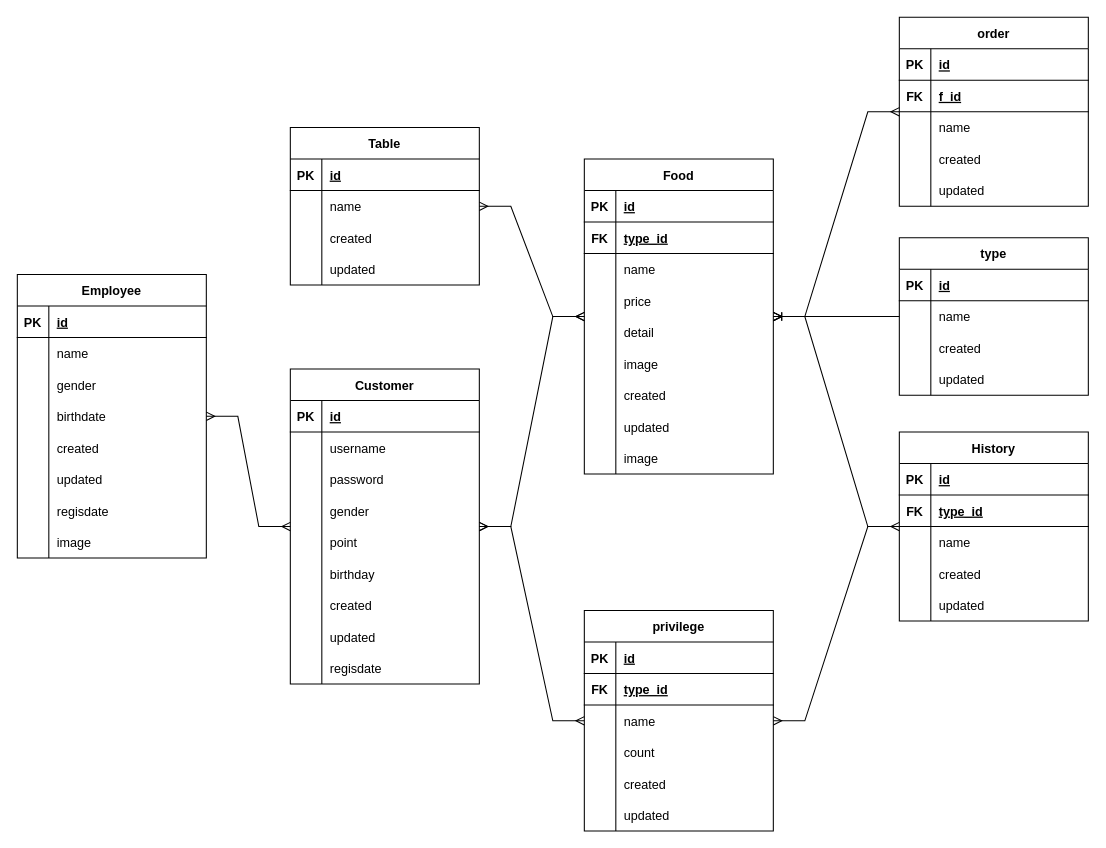
This is src/Database-design.drawio from bomtawep/bom-order-nodejs, a draw.io file, before an edit. Source tidied: cells renumbered, new cells numbered last; positions are measured from the earlier drawing's top-left corner, leaving out a move shared by most shapes. Both pictures are drawn from the tidied source at 105%, with x=0, y=0 at pixel (17, 17).
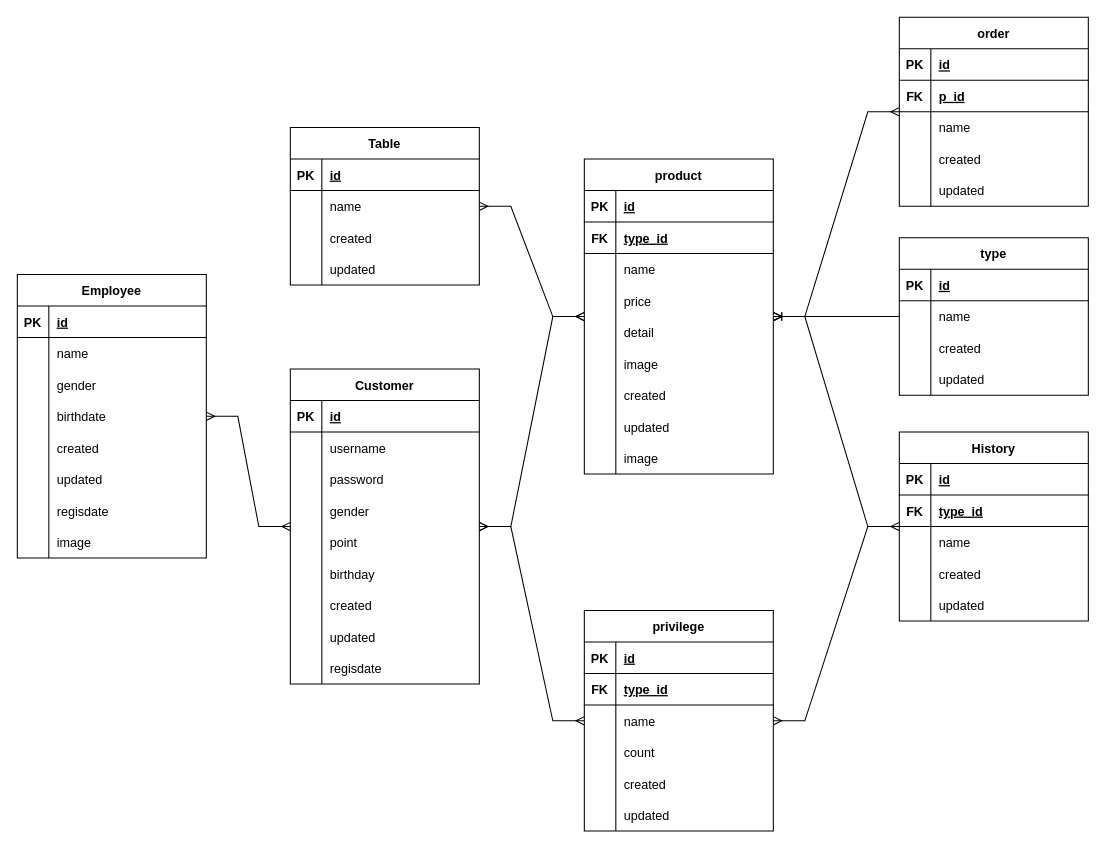
The same diagram, later.

Unchanged cells that the change refers to:
```xml
<mxCell id="153" style="shape=tableRow;horizontal=0;startSize=0;swimlaneHead=0;swimlaneBody=0;fillColor=none;top=0;left=0;right=0;bottom=1;" parent="149" vertex="1">
  <mxGeometry y="60" width="180" height="30" as="geometry" />
</mxCell>
```

What changed in the source:
```diff
@@
-    <mxCell id="97" value="Food" style="shape=table;startSize=30;childLayout=tableLayout;rowLines=0;fontStyle=1;align=center;" parent="1" vertex="1">
+    <mxCell id="97" value="product" style="shape=table;startSize=30;childLayout=tableLayout;rowLines=0;fontStyle=1;align=center;" parent="1" vertex="1">
       <mxGeometry x="540" y="135" width="180" height="300" as="geometry" />
     </mxCell>
@@
-    <mxCell id="155" value="f_id" style="shape=partialRectangle;fillColor=none;top=0;left=0;bottom=0;right=0;align=left;spacingLeft=6;fontStyle=5;overflow=hidden;" parent="153" vertex="1">
+    <mxCell id="155" value="p_id" style="shape=partialRectangle;fillColor=none;top=0;left=0;bottom=0;right=0;align=left;spacingLeft=6;fontStyle=5;overflow=hidden;" parent="153" vertex="1">
       <mxGeometry x="30" width="150" height="30" as="geometry" />
     </mxCell>
```
